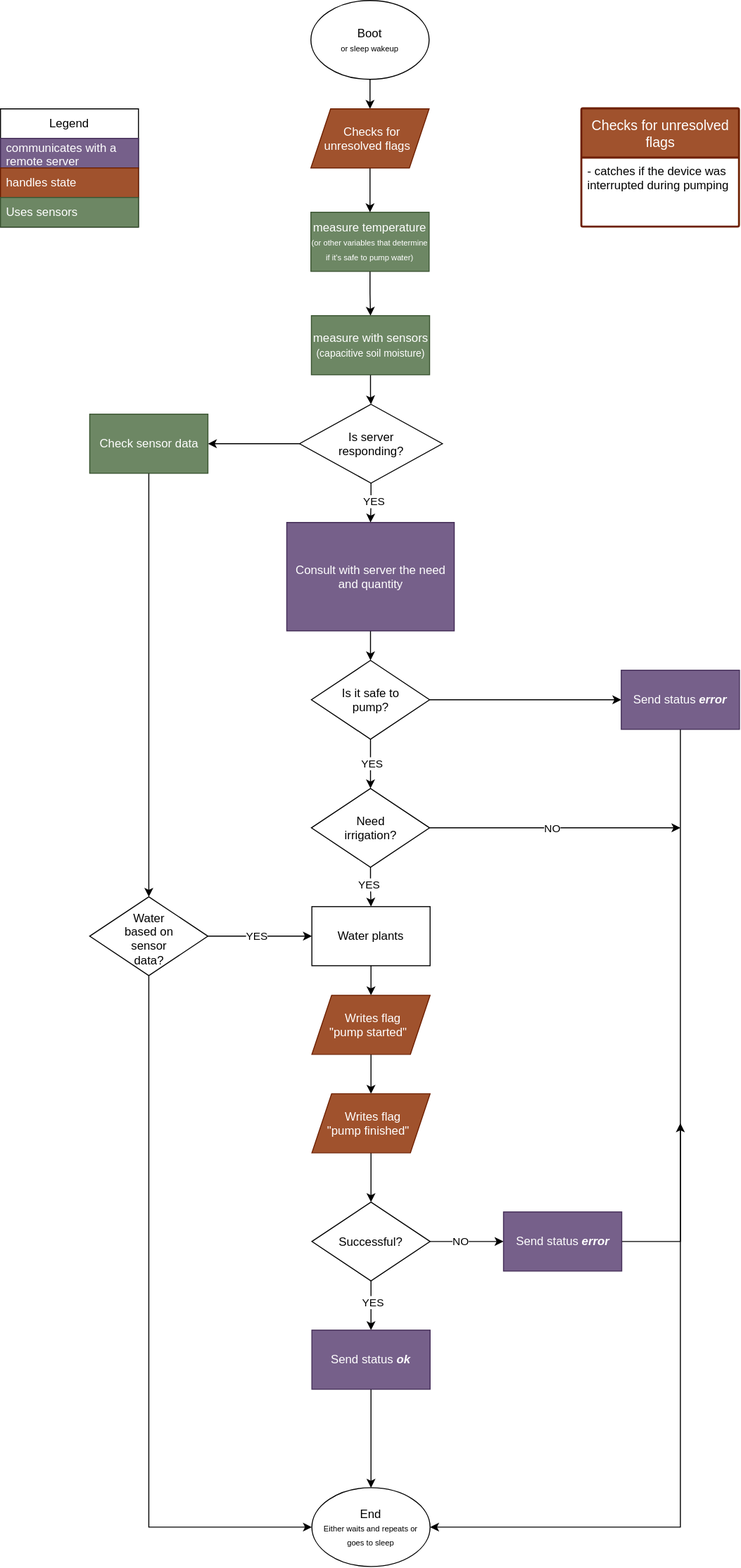
Before: software/Zahradnik-flowchart.drawio.svg, a diagram exported from draw.io (DvorakFilip/Zahradnik). Source tidied: cells renumbered, new cells last; positions are measured from the earlier drawing's top-left corner, leaving out a move shared by most shapes.
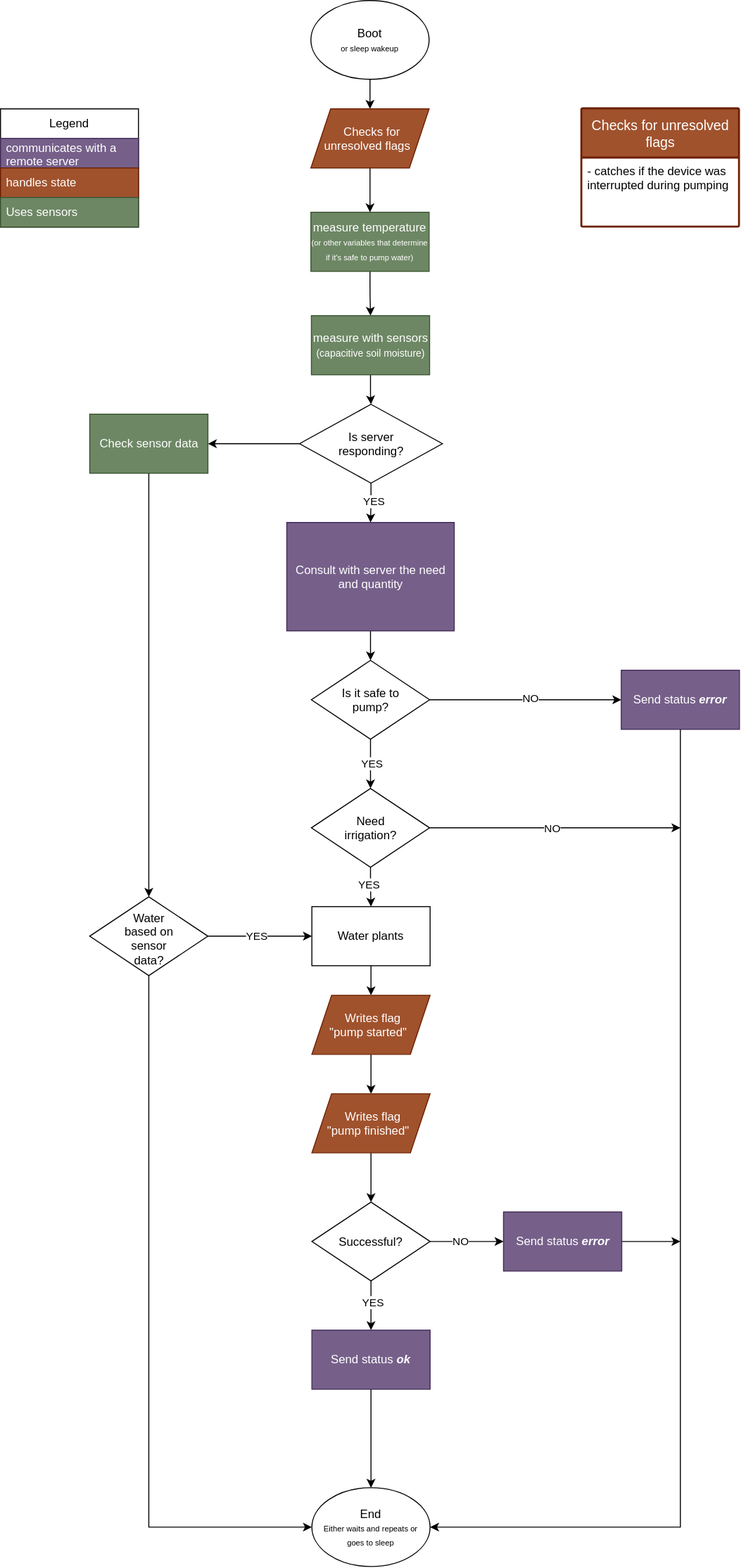
Later version of the same file.

Change to the diagram source:
```diff
@@ -32,6 +32,9 @@
     <mxCell id="11" style="edgeStyle=orthogonalEdgeStyle;rounded=0;jettySize=auto;html=1;defaultLabelBackgroundColor=page;entryX=0;entryY=0.5;entryDx=0;entryDy=0;" parent="1" edge="1" source="12" target="14">
       <mxGeometry relative="1" as="geometry" />
     </mxCell>
+    <mxCell id="55" value="NO" style="edgeLabel;html=1;align=center;verticalAlign=middle;inheritText=1;defaultLabelBackgroundColor=page;" parent="11" vertex="1">
+      <mxGeometry x="0.05" y="2" relative="1" as="geometry" />
+    </mxCell>
     <mxCell id="12" value="Is it safe to pump?" style="rhombus;whiteSpace=wrap;html=1;shapeInside=1;" parent="1" vertex="1">
       <mxGeometry x="315.5" y="670" width="120" height="80" as="geometry" />
     </mxCell>
@@ -97,11 +100,11 @@
     <mxCell id="32" value="Successful?" style="rhombus;whiteSpace=wrap;html=1;shapeInside=1;" parent="1" vertex="1">
       <mxGeometry x="316" y="1220" width="120" height="80" as="geometry" />
     </mxCell>
-    <mxCell id="33" style="edgeStyle=orthogonalEdgeStyle;rounded=0;jettySize=auto;html=1;defaultLabelBackgroundColor=page;" parent="1" edge="1" source="34">
-      <mxGeometry relative="1" as="geometry">
-        <mxPoint x="690" y="1140" as="targetPoint" />
-      </mxGeometry>
-    </mxCell>
+    <mxCell id="56" style="edgeStyle=orthogonalEdgeStyle;rounded=0;jettySize=auto;html=1;defaultLabelBackgroundColor=page;" parent="1" edge="1" source="34">
+      <mxGeometry relative="1" as="geometry">
+        <mxPoint x="690" y="1260" as="targetPoint" />
+      </mxGeometry>
+    </mxCell>
     <mxCell id="34" value="Send status &lt;b&gt;&lt;i&gt;error&lt;/i&gt;&lt;/b&gt;" style="whiteSpace=wrap;html=1;fillColor=#76608a;fontColor=#ffffff;strokeColor=#432D57;" parent="1" vertex="1">
       <mxGeometry x="510.5" y="1230" width="120" height="60" as="geometry" />
     </mxCell>
```
